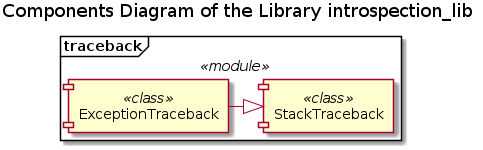
This is Documentation/UML/components.png from FooBarShebang/introspection_lib, a PlantUML export, as it was before one commit. Its diagram source:
```plantuml
@startuml components

title Components Diagram of the Library introspection_lib

!ifndef COMPONENTS
!include ./Templates/Components.cuml
!endif

!ifndef TRACEBACK_COMPONENTS
!include ./traceback/traceback_components.iuml
!endif

@enduml
```
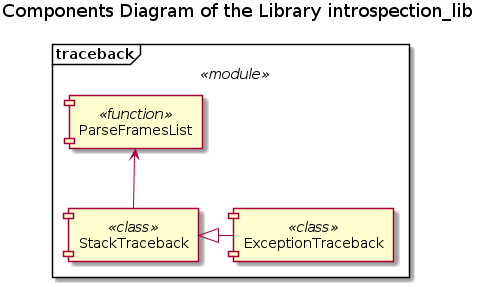
After the commit.

Change to the diagram source:
```diff
@@ -2,12 +2,35 @@
 
 title Components Diagram of the Library introspection_lib
 
-!ifndef COMPONENTS
-!include ./Templates/Components.cuml
-!endif
 
-!ifndef TRACEBACK_COMPONENTS
-!include ./traceback/traceback_components.iuml
-!endif
+
+
+
+
+
+
+
+
+
+
+
+
+
+
+
+
+
+
+frame "traceback" <<module>> {
+    component "ParseFramesList" <<function>>
+
+    component "StackTraceback" <<class>>
+
+    component "ExceptionTraceback" <<class>>
+
+    ParseFramesList <-- StackTraceback
+
+    StackTraceback <|- ExceptionTraceback
+}
 
 @enduml
```
